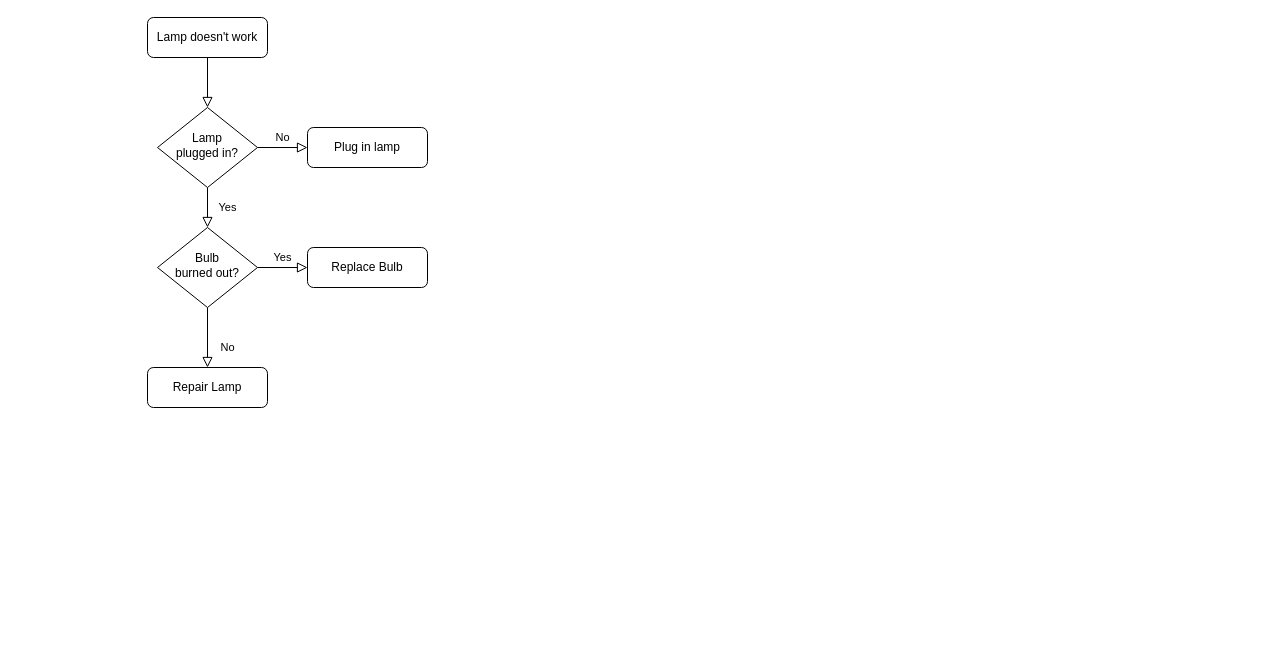
Above: BudgetBuddy Main Flow.drawio in AKing982/BudgetBuddy (draw.io), before the change. Source tidied: cells renumbered, new cells numbered last; positions are measured from the earlier drawing's top-left corner, leaving out a move shared by most shapes. Both pictures are drawn from the tidied source at 100%, with x=0, y=0 at pixel (147, 17).
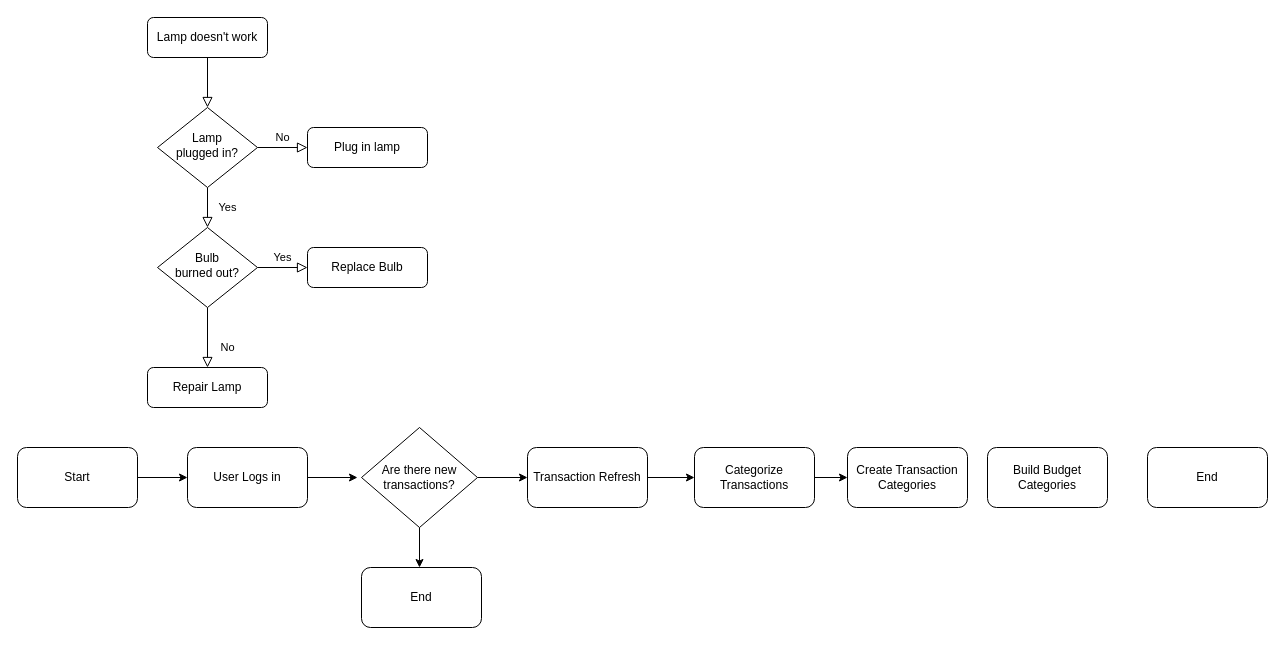
The same page after the edit.

Diff of the diagram source:
```diff
@@
+    <mxCell id="13" value="Start" style="rounded=1;whiteSpace=wrap;html=1;" parent="1" vertex="1">
+      <mxGeometry x="-130" y="430" width="120" height="60" as="geometry" />
+    </mxCell>
+    <mxCell id="14" style="endArrow=classic;html=1;rounded=0;exitX=1;exitY=0.5;exitDx=0;exitDy=0;" parent="1" edge="1" source="13">
+      <mxGeometry relative="1" as="geometry">
+        <mxPoint x="40" y="460" as="targetPoint" />
+      </mxGeometry>
+    </mxCell>
+    <mxCell id="15" value="User Logs in" style="rounded=1;whiteSpace=wrap;html=1;" parent="1" vertex="1">
+      <mxGeometry x="40" y="430" width="120" height="60" as="geometry" />
+    </mxCell>
+    <mxCell id="16" style="endArrow=classic;html=1;rounded=0;exitX=1;exitY=0.5;exitDx=0;exitDy=0;" parent="1" edge="1" source="15">
+      <mxGeometry relative="1" as="geometry">
+        <mxPoint x="210" y="460" as="targetPoint" />
+      </mxGeometry>
+    </mxCell>
+    <mxCell id="17" style="endArrow=classic;html=1;rounded=0;exitX=1;exitY=0.5;exitDx=0;exitDy=0;" parent="1" edge="1">
+      <mxGeometry relative="1" as="geometry">
+        <mxPoint x="330" y="460" as="sourcePoint" />
+        <mxPoint x="380" y="460" as="targetPoint" />
+      </mxGeometry>
+    </mxCell>
+    <mxCell id="18" value="Categorize Transactions" style="rounded=1;whiteSpace=wrap;html=1;" parent="1" vertex="1">
+      <mxGeometry x="547" y="430" width="120" height="60" as="geometry" />
+    </mxCell>
+    <mxCell id="19" value="Create Transaction Categories" style="rounded=1;whiteSpace=wrap;html=1;" parent="1" vertex="1">
+      <mxGeometry x="700" y="430" width="120" height="60" as="geometry" />
+    </mxCell>
+    <mxCell id="20" value="Build Budget Categories" style="rounded=1;whiteSpace=wrap;html=1;" parent="1" vertex="1">
+      <mxGeometry x="840" y="430" width="120" height="60" as="geometry" />
+    </mxCell>
+    <mxCell id="21" value="End" style="rounded=1;whiteSpace=wrap;html=1;" parent="1" vertex="1">
+      <mxGeometry x="1000" y="430" width="120" height="60" as="geometry" />
+    </mxCell>
+    <mxCell id="22" value="Are there new transactions?" style="rhombus;whiteSpace=wrap;html=1;" parent="1" vertex="1">
+      <mxGeometry x="214" y="410" width="116" height="100" as="geometry" />
+    </mxCell>
+    <mxCell id="23" value="Transaction Refresh" style="rounded=1;whiteSpace=wrap;html=1;" parent="1" vertex="1">
+      <mxGeometry x="380" y="430" width="120" height="60" as="geometry" />
+    </mxCell>
+    <mxCell id="24" style="endArrow=classic;html=1;rounded=0;exitX=1;exitY=0.5;exitDx=0;exitDy=0;entryX=0;entryY=0.5;entryDx=0;entryDy=0;" parent="1" edge="1" source="23" target="18">
+      <mxGeometry relative="1" as="geometry" />
+    </mxCell>
+    <mxCell id="25" style="endArrow=classic;html=1;rounded=0;exitX=1;exitY=0.5;exitDx=0;exitDy=0;entryX=0;entryY=0.5;entryDx=0;entryDy=0;" parent="1" edge="1" source="18" target="19">
+      <mxGeometry relative="1" as="geometry" />
+    </mxCell>
+    <mxCell id="26" style="endArrow=classic;html=1;rounded=0;exitX=0.5;exitY=1;exitDx=0;exitDy=0;" parent="1" edge="1" source="22">
+      <mxGeometry relative="1" as="geometry">
+        <mxPoint x="272" y="550" as="targetPoint" />
+      </mxGeometry>
+    </mxCell>
+    <mxCell id="27" value="End" style="rounded=1;whiteSpace=wrap;html=1;" parent="1" vertex="1">
+      <mxGeometry x="214" y="550" width="120" height="60" as="geometry" />
+    </mxCell>
```
